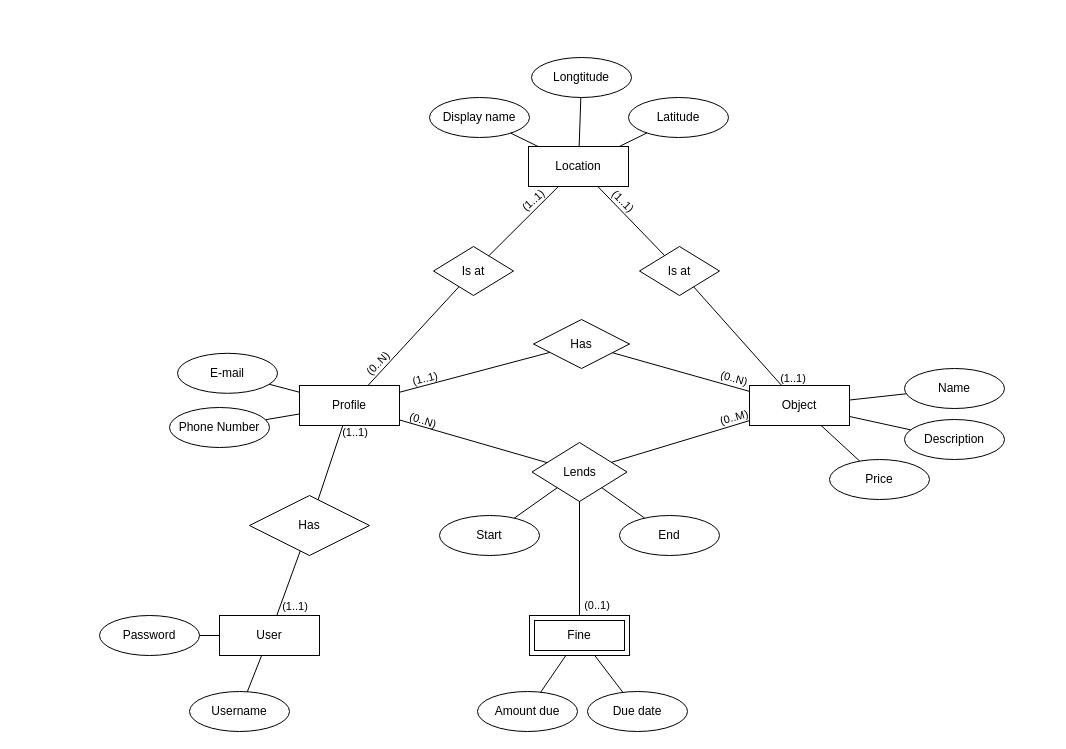
UCLL-Full-stack/project2425-group1-16 keeps this draw.io diagram as page "Conceptueel Model" (1 of 3) of analysis/Modellen.drawio. Above is the earlier version. Source tidied: cells renumbered, new cells numbered last; positions are measured from the earlier drawing's top-left corner, leaving out a move shared by most shapes. Both pictures are drawn from the tidied source at 100%, with x=0, y=0 at pixel (99, 57).
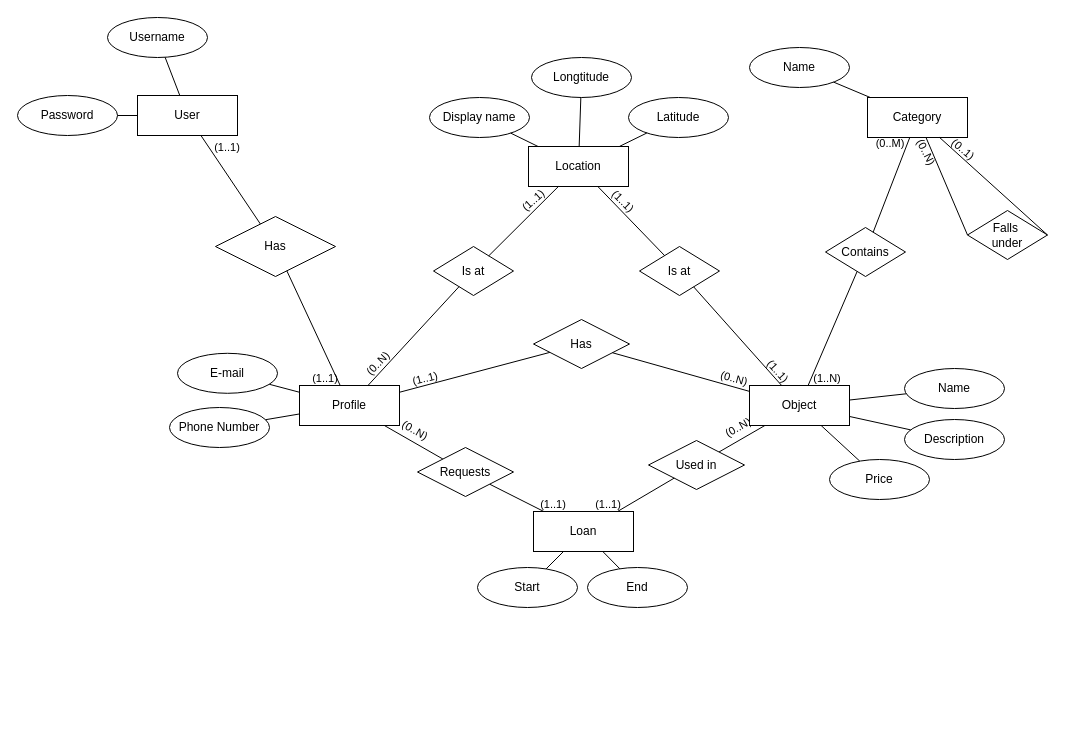
Above is the later version.

Unchanged cells that the change refers to:
```xml
<mxCell id="33" value="Object" style="whiteSpace=wrap;html=1;align=center;" parent="1" vertex="1">
  <mxGeometry x="650" y="328" width="100" height="40" as="geometry" />
</mxCell>
<mxCell id="36" value="Profile" style="whiteSpace=wrap;html=1;align=center;" parent="1" vertex="1">
  <mxGeometry x="200" y="328" width="100" height="40" as="geometry" />
</mxCell>
```

Change to the diagram source:
```diff
@@
-    <mxCell id="3" value="Lends" style="rhombus;whiteSpace=wrap;html=1;" parent="1" vertex="1">
-      <mxGeometry x="432.5" y="385" width="95" height="59" as="geometry" />
-    </mxCell>
@@
-    <mxCell id="6" style="endArrow=none;html=1;rounded=0;" parent="1" edge="1" source="36" target="3">
+    <mxCell id="6" style="endArrow=none;html=1;rounded=0;" parent="1" edge="1" source="36" target="64">
       <mxGeometry relative="1" as="geometry" />
     </mxCell>
-    <mxCell id="7" style="endArrow=none;html=1;rounded=0;" parent="1" edge="1" source="3" target="33">
+    <mxCell id="7" style="endArrow=none;html=1;rounded=0;" parent="1" edge="1" source="65" target="33">
       <mxGeometry relative="1" as="geometry" />
     </mxCell>
@@
-    <mxCell id="10" value="&lt;font style=&quot;font-size: 11px;&quot;&gt;(0..N)&lt;/font&gt;" style="text;html=1;align=center;verticalAlign=middle;whiteSpace=wrap;rounded=0;rotation=18;" parent="1" vertex="1">
-      <mxGeometry x="314" y="353" width="20" height="20" as="geometry" />
+    <mxCell id="10" value="&lt;font style=&quot;font-size: 11px;&quot;&gt;(0..N)&lt;/font&gt;" style="text;html=1;align=center;verticalAlign=middle;whiteSpace=wrap;rounded=0;rotation=30;" parent="1" vertex="1">
+      <mxGeometry x="306" y="363" width="20" height="20" as="geometry" />
     </mxCell>
-    <mxCell id="11" value="&lt;font style=&quot;font-size: 11px;&quot;&gt;(0..M)&lt;/font&gt;" style="text;html=1;align=center;verticalAlign=middle;whiteSpace=wrap;rounded=0;rotation=-16;" parent="1" vertex="1">
-      <mxGeometry x="625" y="350" width="20" height="20" as="geometry" />
+    <mxCell id="11" value="&lt;font style=&quot;font-size: 11px;&quot;&gt;(0..N)&lt;/font&gt;" style="text;html=1;align=center;verticalAlign=middle;whiteSpace=wrap;rounded=0;rotation=-30;" parent="1" vertex="1">
+      <mxGeometry x="629" y="360" width="20" height="20" as="geometry" />
     </mxCell>
-    <mxCell id="12" value="Fine" style="shape=ext;margin=3;double=1;whiteSpace=wrap;html=1;align=center;" parent="1" vertex="1">
-      <mxGeometry x="430" y="558" width="100" height="40" as="geometry" />
-    </mxCell>
-    <mxCell id="13" style="endArrow=none;html=1;rounded=0;" parent="1" edge="1" source="3" target="12">
-      <mxGeometry relative="1" as="geometry" />
-    </mxCell>
     <mxCell id="14" value="Username" style="ellipse;whiteSpace=wrap;html=1;align=center;" parent="1" vertex="1">
-      <mxGeometry x="90" y="634" width="100" height="40" as="geometry" />
+      <mxGeometry x="8" y="-40" width="100" height="40" as="geometry" />
     </mxCell>
@@
     <mxCell id="17" value="Password" style="ellipse;whiteSpace=wrap;html=1;align=center;" parent="1" vertex="1">
-      <mxGeometry y="558" width="100" height="40" as="geometry" />
+      <mxGeometry x="-82" y="38" width="100" height="40" as="geometry" />
     </mxCell>
@@
     <mxCell id="28" value="End" style="ellipse;whiteSpace=wrap;html=1;align=center;" parent="1" vertex="1">
-      <mxGeometry x="520" y="458" width="100" height="40" as="geometry" />
+      <mxGeometry x="488" y="510" width="100" height="40" as="geometry" />
     </mxCell>
     <mxCell id="29" value="Start" style="ellipse;whiteSpace=wrap;html=1;align=center;" parent="1" vertex="1">
-      <mxGeometry x="340" y="458" width="100" height="40" as="geometry" />
+      <mxGeometry x="378" y="510" width="100" height="40" as="geometry" />
     </mxCell>
-    <mxCell id="30" style="endArrow=none;html=1;rounded=0;" parent="1" edge="1" source="28" target="3">
+    <mxCell id="30" style="endArrow=none;html=1;rounded=0;" parent="1" edge="1" source="28" target="62">
       <mxGeometry relative="1" as="geometry" />
     </mxCell>
-    <mxCell id="31" style="endArrow=none;html=1;rounded=0;" parent="1" edge="1" source="29" target="3">
+    <mxCell id="31" style="endArrow=none;html=1;rounded=0;" parent="1" edge="1" source="29" target="62">
       <mxGeometry relative="1" as="geometry" />
     </mxCell>
     <mxCell id="32" value="User" style="whiteSpace=wrap;html=1;align=center;" parent="1" vertex="1">
-      <mxGeometry x="120" y="558" width="100" height="40" as="geometry" />
+      <mxGeometry x="38" y="38" width="100" height="40" as="geometry" />
     </mxCell>
@@
-    <mxCell id="34" value="Amount due" style="ellipse;whiteSpace=wrap;html=1;align=center;" parent="1" vertex="1">
-      <mxGeometry x="378" y="634" width="100" height="40" as="geometry" />
-    </mxCell>
-    <mxCell id="35" style="endArrow=none;html=1;rounded=0;" parent="1" edge="1" source="12" target="34">
-      <mxGeometry relative="1" as="geometry" />
-    </mxCell>
@@
     <mxCell id="37" value="Has" style="shape=rhombus;perimeter=rhombusPerimeter;whiteSpace=wrap;html=1;align=center;" parent="1" vertex="1">
-      <mxGeometry x="150" y="438" width="120" height="60" as="geometry" />
+      <mxGeometry x="116" y="159" width="120" height="60" as="geometry" />
     </mxCell>
@@
     <mxCell id="40" value="&lt;font style=&quot;font-size: 11px;&quot;&gt;(1..1)&lt;/font&gt;" style="text;html=1;align=center;verticalAlign=middle;whiteSpace=wrap;rounded=0;rotation=0;" parent="1" vertex="1">
-      <mxGeometry x="186" y="539" width="20" height="20" as="geometry" />
+      <mxGeometry x="118" y="80" width="20" height="20" as="geometry" />
     </mxCell>
     <mxCell id="41" value="&lt;font style=&quot;font-size: 11px;&quot;&gt;(1..1)&lt;/font&gt;" style="text;html=1;align=center;verticalAlign=middle;whiteSpace=wrap;rounded=0;rotation=0;" parent="1" vertex="1">
-      <mxGeometry x="246" y="365" width="20" height="20" as="geometry" />
+      <mxGeometry x="216" y="311" width="20" height="20" as="geometry" />
     </mxCell>
@@
-    <mxCell id="52" value="&lt;font style=&quot;font-size: 11px;&quot;&gt;(1..1)&lt;/font&gt;" style="text;html=1;align=center;verticalAlign=middle;whiteSpace=wrap;rounded=0;rotation=0;" parent="1" vertex="1">
-      <mxGeometry x="684" y="311" width="20" height="20" as="geometry" />
+    <mxCell id="52" value="&lt;font style=&quot;font-size: 11px;&quot;&gt;(1..1)&lt;/font&gt;" style="text;html=1;align=center;verticalAlign=middle;whiteSpace=wrap;rounded=0;rotation=48;" parent="1" vertex="1">
+      <mxGeometry x="669" y="303.8" width="20" height="20" as="geometry" />
     </mxCell>
@@
-    <mxCell id="59" value="Due date" style="ellipse;whiteSpace=wrap;html=1;align=center;" parent="1" vertex="1">
-      <mxGeometry x="488" y="634" width="100" height="40" as="geometry" />
-    </mxCell>
-    <mxCell id="60" style="endArrow=none;html=1;rounded=0;" parent="1" edge="1" source="12" target="59">
-      <mxGeometry relative="1" as="geometry" />
-    </mxCell>
+    <mxCell id="62" value="Loan" style="whiteSpace=wrap;html=1;align=center;" parent="1" vertex="1">
+      <mxGeometry x="434" y="454" width="100" height="40" as="geometry" />
+    </mxCell>
+    <mxCell id="63" style="endArrow=none;html=1;rounded=0;" parent="1" edge="1" source="64" target="62">
+      <mxGeometry relative="1" as="geometry" />
+    </mxCell>
+    <mxCell id="64" value="Requests" style="rhombus;whiteSpace=wrap;html=1;" parent="1" vertex="1">
+      <mxGeometry x="318" y="390" width="96" height="49" as="geometry" />
+    </mxCell>
+    <mxCell id="65" value="Used in" style="rhombus;whiteSpace=wrap;html=1;" parent="1" vertex="1">
+      <mxGeometry x="549" y="383" width="96" height="49" as="geometry" />
+    </mxCell>
+    <mxCell id="66" style="endArrow=none;html=1;rounded=0;" parent="1" edge="1" source="62" target="65">
+      <mxGeometry relative="1" as="geometry" />
+    </mxCell>
+    <mxCell id="67" value="Category" style="whiteSpace=wrap;html=1;align=center;" parent="1" vertex="1">
+      <mxGeometry x="768" y="40" width="100" height="40" as="geometry" />
+    </mxCell>
+    <mxCell id="68" value="Contains" style="rhombus;whiteSpace=wrap;html=1;" parent="1" vertex="1">
+      <mxGeometry x="726" y="170" width="80" height="49" as="geometry" />
+    </mxCell>
+    <mxCell id="69" style="endArrow=none;html=1;rounded=0;" parent="1" edge="1" source="68" target="67">
+      <mxGeometry relative="1" as="geometry" />
+    </mxCell>
+    <mxCell id="70" style="endArrow=none;html=1;rounded=0;" parent="1" edge="1" source="68" target="33">
+      <mxGeometry relative="1" as="geometry" />
+    </mxCell>
+    <mxCell id="71" value="Name" style="ellipse;whiteSpace=wrap;html=1;align=center;" parent="1" vertex="1">
+      <mxGeometry x="650" y="-10" width="100" height="40" as="geometry" />
+    </mxCell>
+    <mxCell id="72" value="Falls&amp;nbsp;&lt;div&gt;under&lt;/div&gt;" style="rhombus;whiteSpace=wrap;html=1;" parent="1" vertex="1">
+      <mxGeometry x="868" y="153" width="80" height="49" as="geometry" />
+    </mxCell>
+    <mxCell id="73" style="endArrow=none;html=1;rounded=0;exitX=1;exitY=0.5;exitDx=0;exitDy=0;" parent="1" edge="1" source="72" target="67">
+      <mxGeometry relative="1" as="geometry" />
+    </mxCell>
+    <mxCell id="74" style="endArrow=none;html=1;rounded=0;exitX=0;exitY=0.5;exitDx=0;exitDy=0;" parent="1" edge="1" source="72" target="67">
+      <mxGeometry relative="1" as="geometry" />
+    </mxCell>
+    <mxCell id="75" value="&lt;font style=&quot;font-size: 11px;&quot;&gt;(1..1)&lt;/font&gt;" style="text;html=1;align=center;verticalAlign=middle;whiteSpace=wrap;rounded=0;rotation=0;" parent="1" vertex="1">
+      <mxGeometry x="444" y="437" width="20" height="20" as="geometry" />
+    </mxCell>
+    <mxCell id="76" value="&lt;font style=&quot;font-size: 11px;&quot;&gt;(1..1)&lt;/font&gt;" style="text;html=1;align=center;verticalAlign=middle;whiteSpace=wrap;rounded=0;rotation=0;" parent="1" vertex="1">
+      <mxGeometry x="499" y="437" width="20" height="20" as="geometry" />
+    </mxCell>
+    <mxCell id="77" value="&lt;font style=&quot;font-size: 11px;&quot;&gt;(1..N)&lt;/font&gt;" style="text;html=1;align=center;verticalAlign=middle;whiteSpace=wrap;rounded=0;rotation=0;" parent="1" vertex="1">
+      <mxGeometry x="718" y="311" width="20" height="20" as="geometry" />
+    </mxCell>
+    <mxCell id="78" value="&lt;font style=&quot;font-size: 11px;&quot;&gt;(0..M)&lt;/font&gt;" style="text;html=1;align=center;verticalAlign=middle;whiteSpace=wrap;rounded=0;rotation=0;" parent="1" vertex="1">
+      <mxGeometry x="781" y="76" width="20" height="20" as="geometry" />
+    </mxCell>
-    <mxCell id="61" value="&lt;font style=&quot;font-size: 11px;&quot;&gt;(0..1)&lt;/font&gt;" style="text;html=1;align=center;verticalAlign=middle;whiteSpace=wrap;rounded=0;rotation=0;" parent="1" vertex="1">
-      <mxGeometry x="488" y="538" width="20" height="20" as="geometry" />
+    <mxCell id="61" value="&lt;font style=&quot;font-size: 11px;&quot;&gt;(0..1)&lt;/font&gt;" style="text;html=1;align=center;verticalAlign=middle;whiteSpace=wrap;rounded=0;rotation=40;" parent="1" vertex="1">
+      <mxGeometry x="854" y="82" width="20" height="20" as="geometry" />
     </mxCell>
+    <mxCell id="79" value="&lt;font style=&quot;font-size: 11px;&quot;&gt;(0..N)&lt;/font&gt;" style="text;html=1;align=center;verticalAlign=middle;whiteSpace=wrap;rounded=0;rotation=63;" parent="1" vertex="1">
+      <mxGeometry x="817" y="85" width="20" height="20" as="geometry" />
+    </mxCell>
+    <mxCell id="80" style="endArrow=none;html=1;rounded=0;" parent="1" edge="1" source="71" target="67">
+      <mxGeometry relative="1" as="geometry" />
+    </mxCell>
```
